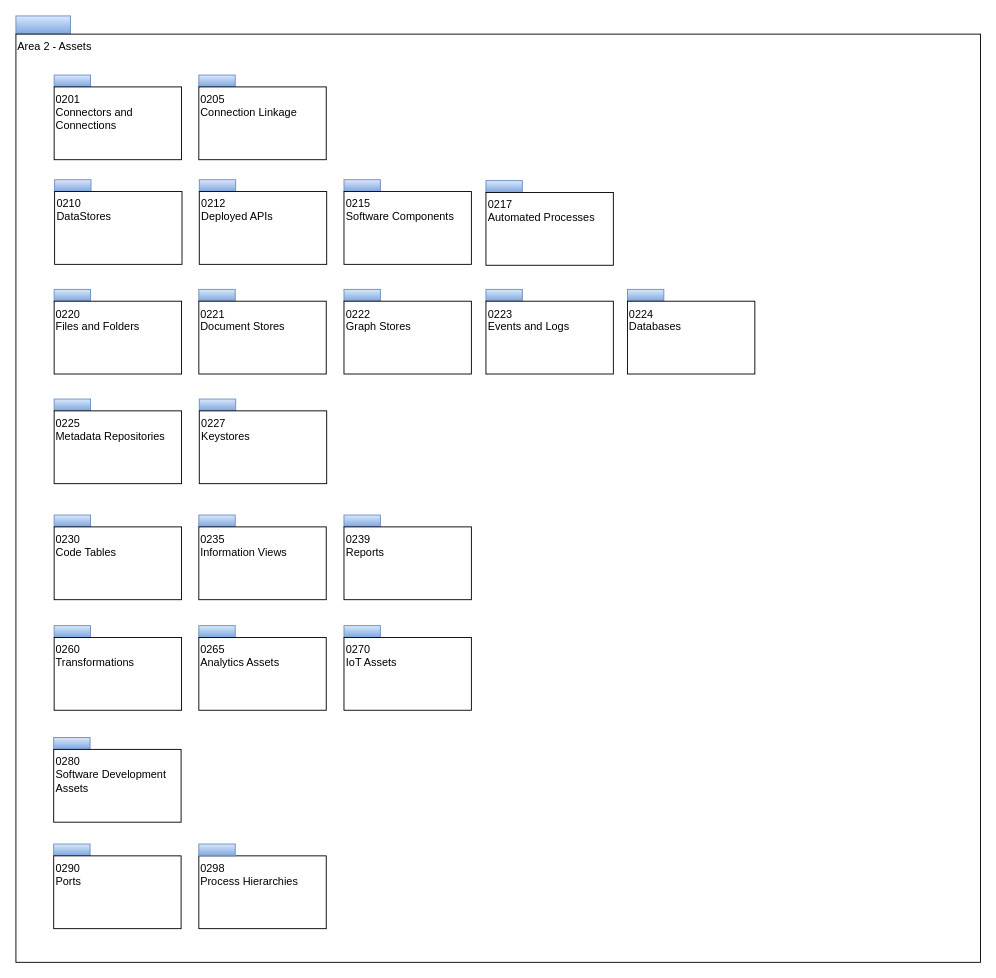
This is page "overview" (1 of 20) of open-metadata-publication/website/open-metadata-types/area-2-assets.drawio from odpi/egeria, a draw.io file, before an edit. Source tidied: cells renumbered, new cells numbered last; positions are measured from the earlier drawing's top-left corner, leaving out a move shared by most shapes. Both pictures are drawn from the tidied source at 91%, with x=0, y=0 at pixel (15, 15).
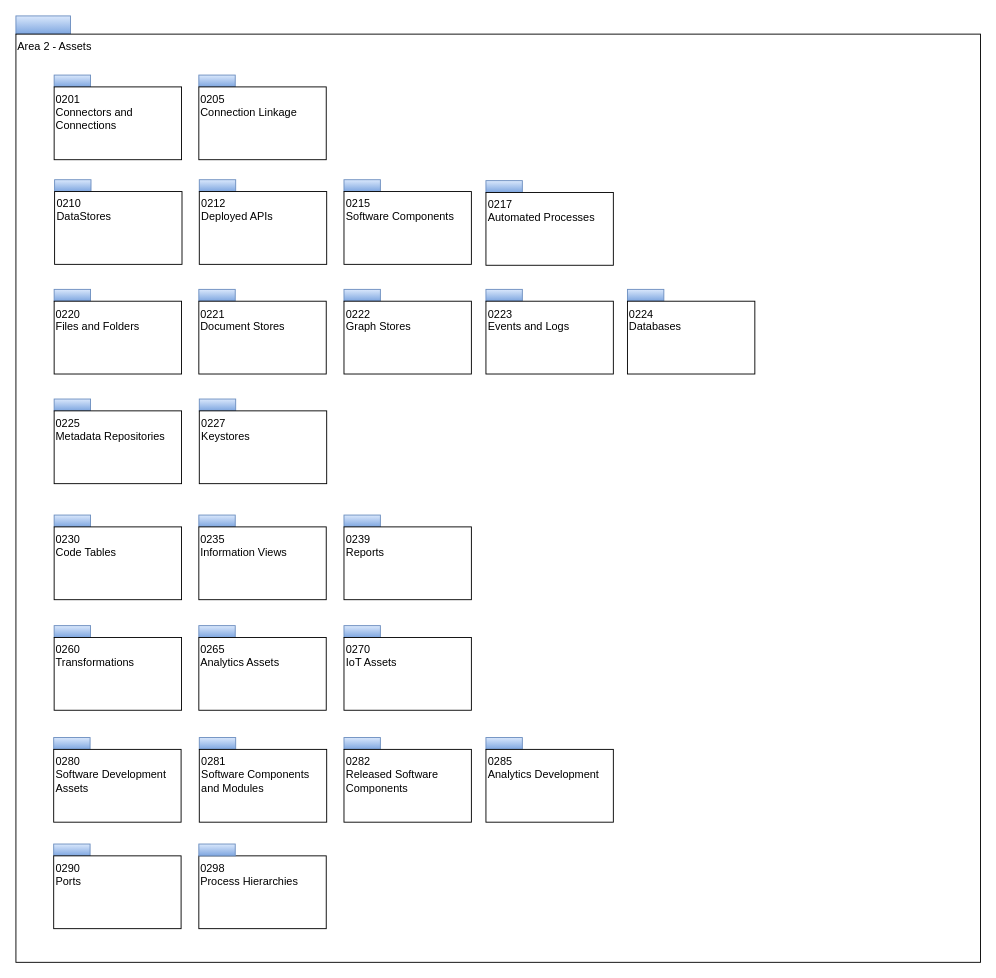
After the change.

What changed in the source:
```diff
@@
+    <mxCell id="48" style="rounded=0;whiteSpace=wrap;html=1;align=left;fillColor=#dae8fc;strokeColor=#6c8ebf;gradientColor=#7ea6e0;" parent="1" vertex="1">
+      <mxGeometry x="201.5" y="793" width="40" height="13" as="geometry" />
+    </mxCell>
+    <mxCell id="49" value="0281&lt;br&gt;Software Components and Modules" style="rounded=0;whiteSpace=wrap;html=1;align=left;verticalAlign=top;" parent="1" vertex="1">
+      <mxGeometry x="201.5" y="806" width="140" height="80" as="geometry" />
+    </mxCell>
+    <mxCell id="50" style="rounded=0;whiteSpace=wrap;html=1;align=left;fillColor=#dae8fc;strokeColor=#6c8ebf;gradientColor=#7ea6e0;" parent="1" vertex="1">
+      <mxGeometry x="360.5" y="793" width="40" height="13" as="geometry" />
+    </mxCell>
+    <mxCell id="51" value="0282&lt;br&gt;Released Software Components" style="rounded=0;whiteSpace=wrap;html=1;align=left;verticalAlign=top;" parent="1" vertex="1">
+      <mxGeometry x="360.5" y="806" width="140" height="80" as="geometry" />
+    </mxCell>
+    <mxCell id="52" style="rounded=0;whiteSpace=wrap;html=1;align=left;fillColor=#dae8fc;strokeColor=#6c8ebf;gradientColor=#7ea6e0;" parent="1" vertex="1">
+      <mxGeometry x="516.5" y="793" width="40" height="13" as="geometry" />
+    </mxCell>
+    <mxCell id="53" value="0285&lt;br&gt;Analytics Development" style="rounded=0;whiteSpace=wrap;html=1;align=left;verticalAlign=top;" parent="1" vertex="1">
+      <mxGeometry x="516.5" y="806" width="140" height="80" as="geometry" />
+    </mxCell>
```
